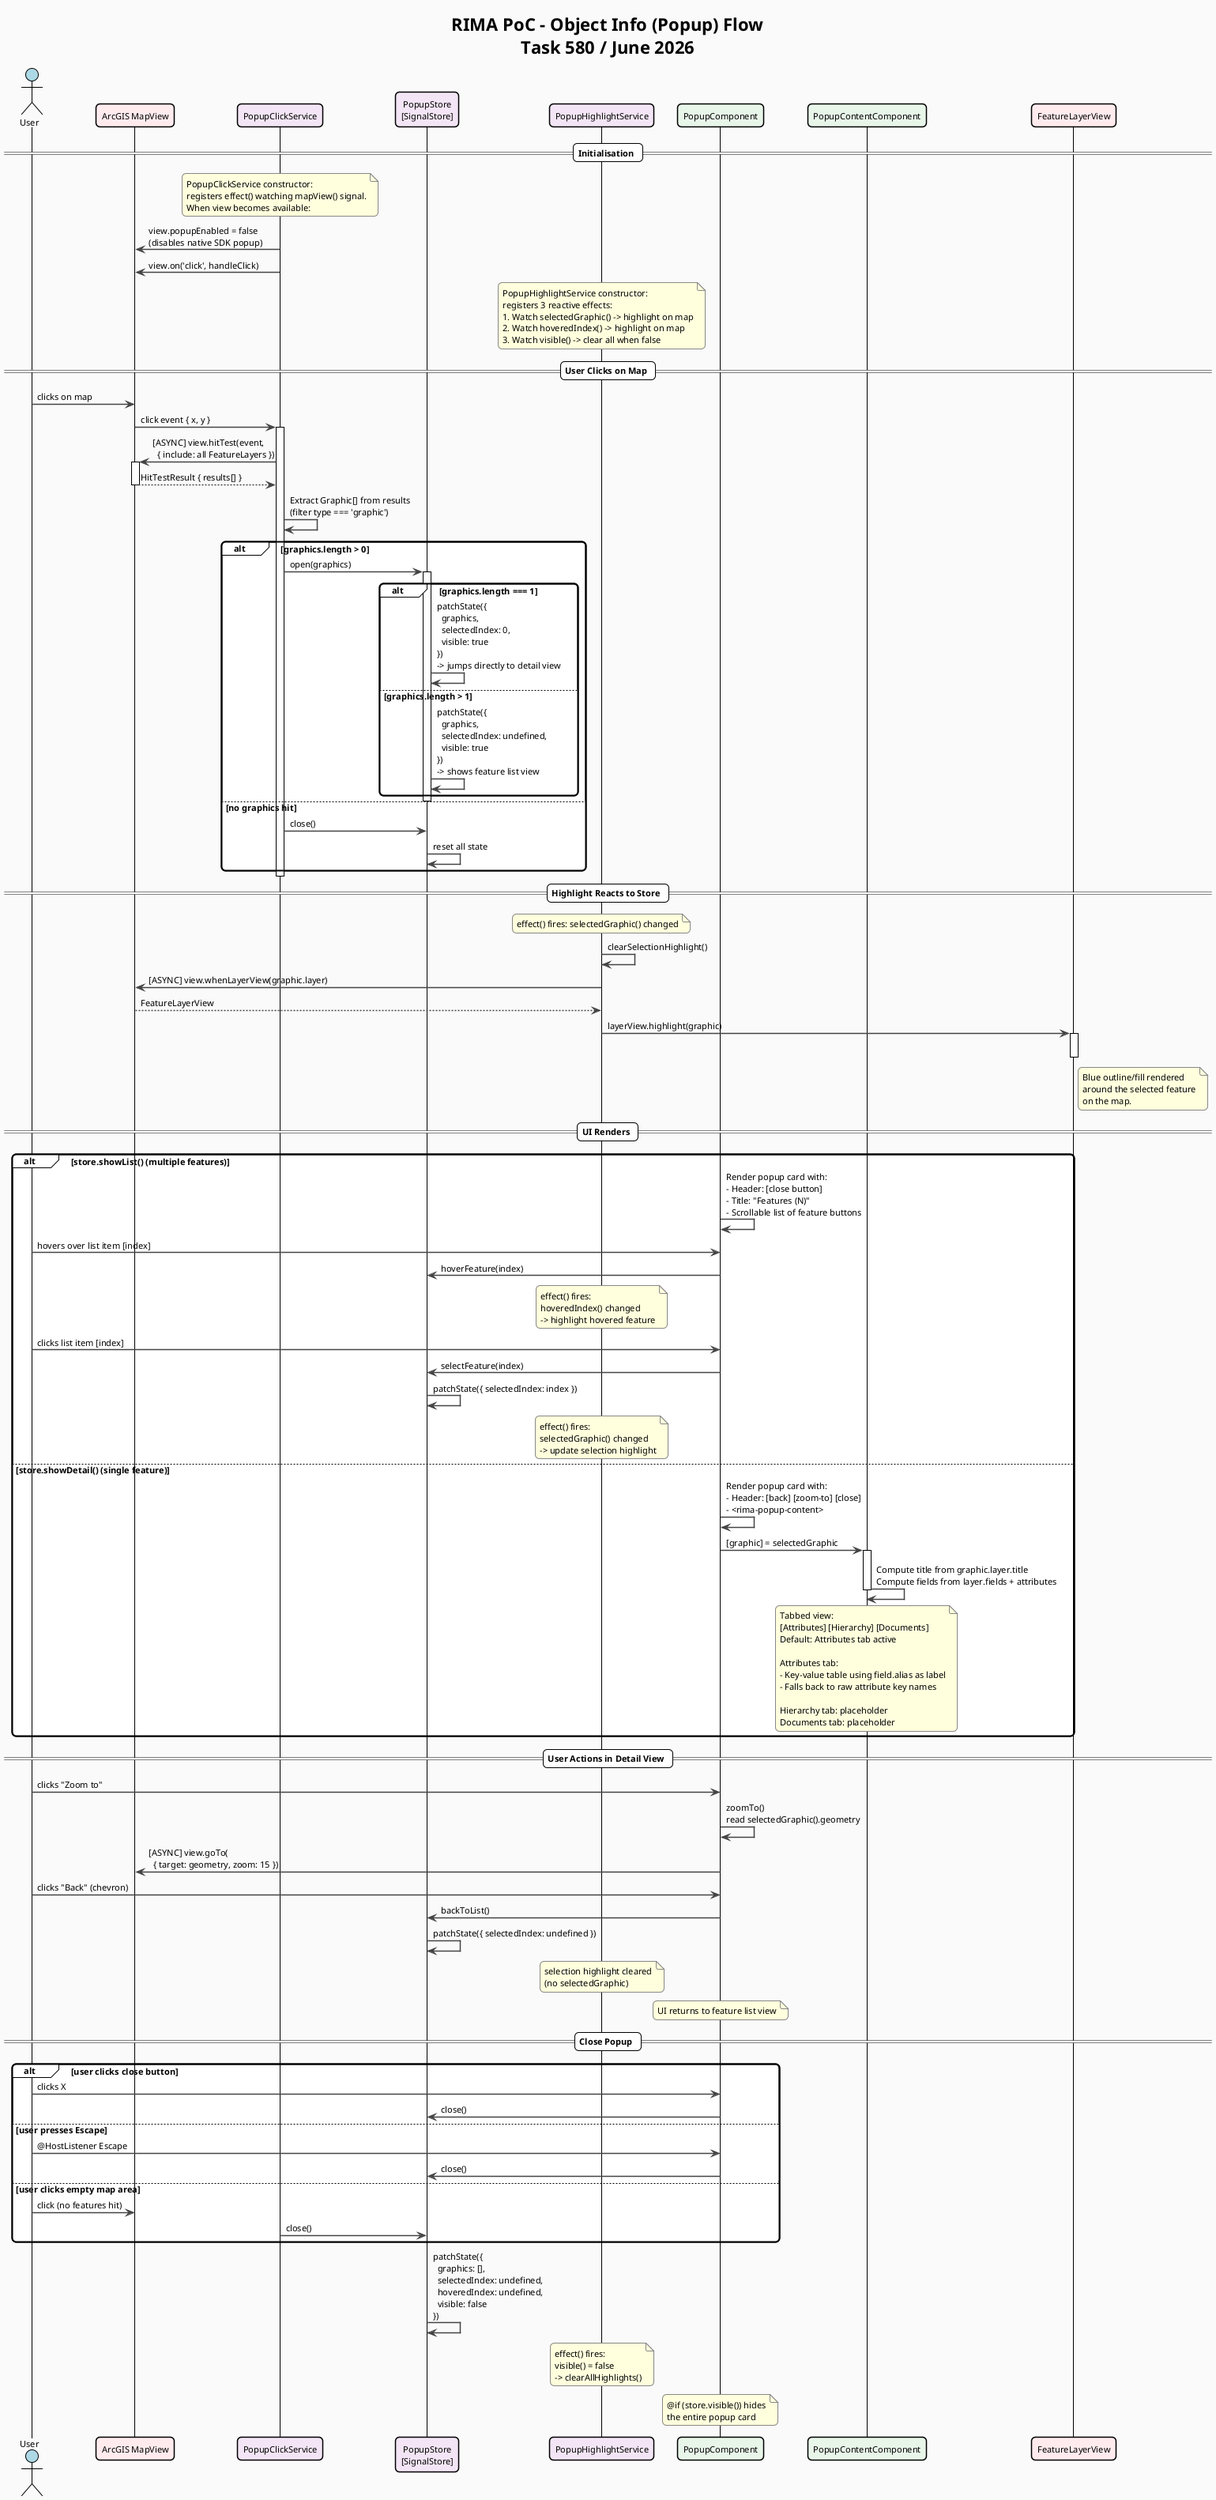
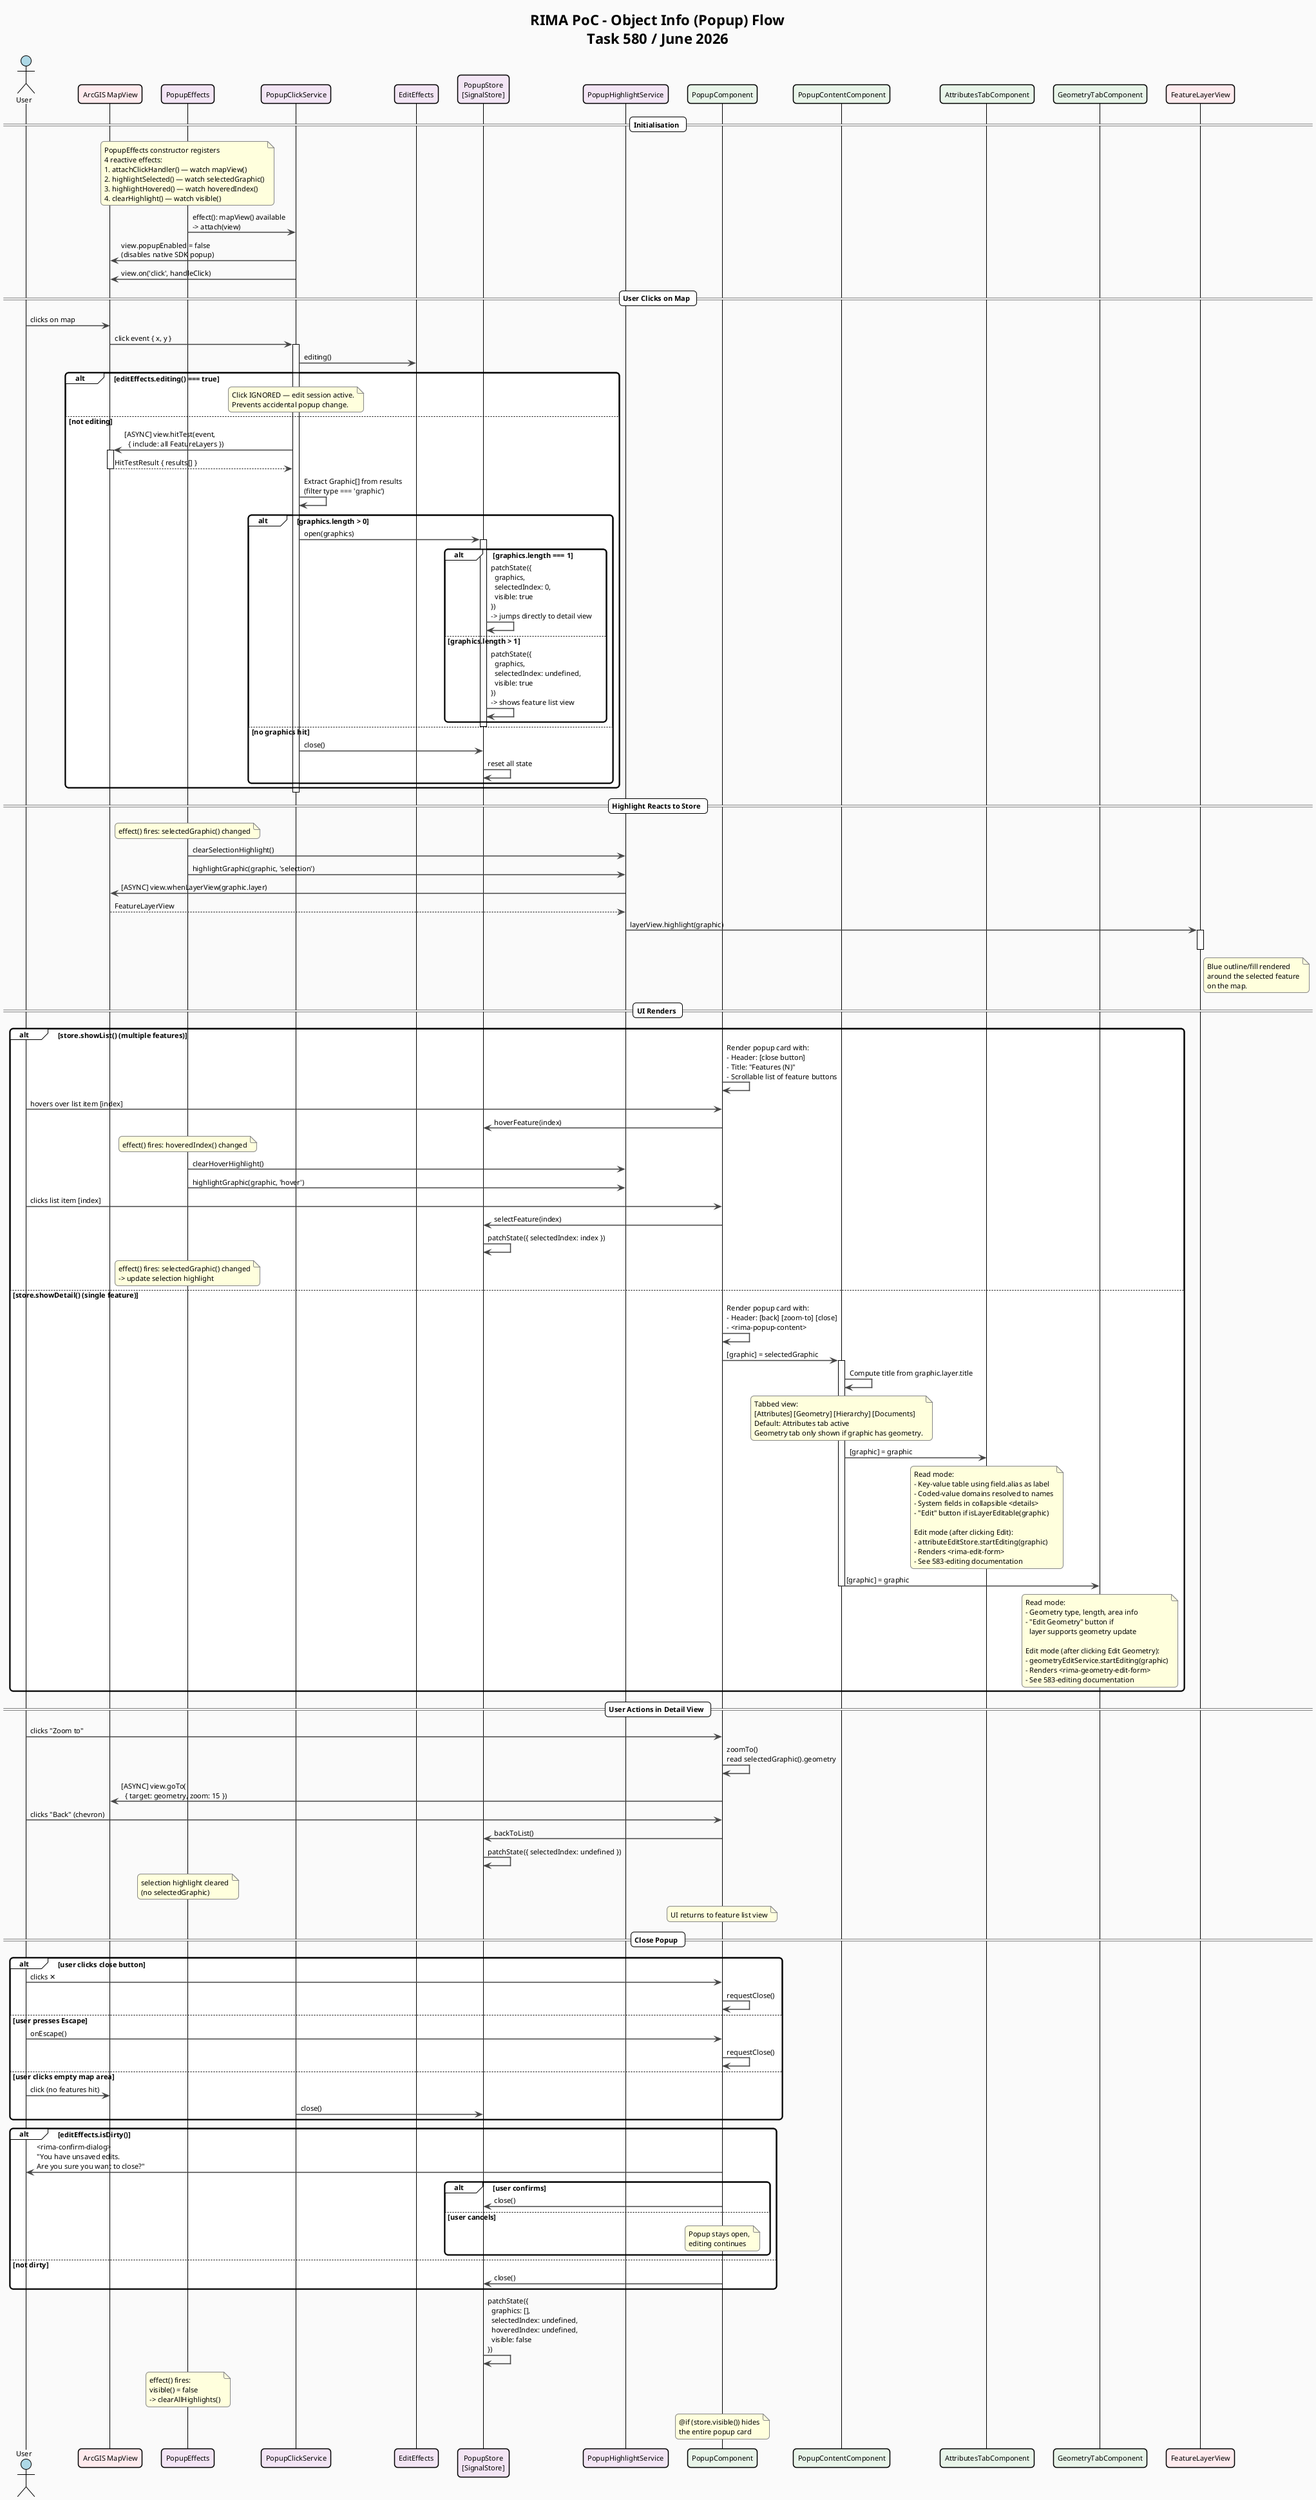
@startuml
!theme plain
skinparam backgroundColor #FAFAFA
skinparam sequenceArrowThickness 1.5
skinparam roundcorner 10
skinparam boxPadding 8
skinparam sequenceGroupBorderThickness 2
skinparam noteBorderColor #888888
skinparam noteBackgroundColor #FFFFDD
skinparam ParticipantBorderThickness 1.5
skinparam ArrowColor #444444
skinparam defaultFontSize 11
skinparam SequenceMessageAlignment left

title RIMA PoC - Object Info (Popup) Flow\nTask 580 / June 2026

actor "User" as user #LightBlue
participant "ArcGIS MapView" as mapView #FFEBEE
+ participant "PopupEffects" as popupEffects #F3E5F5
participant "PopupClickService" as clickSvc #F3E5F5
+ participant "EditEffects" as editEffects #F3E5F5
participant "PopupStore\n[SignalStore]" as store #F3E5F5
participant "PopupHighlightService" as highlightSvc #F3E5F5
participant "PopupComponent" as popupComp #E8F5E9
participant "PopupContentComponent" as contentComp #E8F5E9
+ participant "AttributesTabComponent" as attrTab #E8F5E9
+ participant "GeometryTabComponent" as geoTab #E8F5E9
participant "FeatureLayerView" as layerView #FFEBEE

== Initialisation ==

- note over clickSvc
-   PopupClickService constructor:
-   registers effect() watching mapView() signal.
-   When view becomes available:
+ note over popupEffects
+   PopupEffects constructor registers
+   4 reactive effects:
+   1. attachClickHandler() — watch mapView()
+   2. highlightSelected() — watch selectedGraphic()
+   3. highlightHovered() — watch hoveredIndex()
+   4. clearHighlight() — watch visible()
end note

+ popupEffects -> clickSvc : effect(): mapView() available\n-> attach(view)
clickSvc -> mapView : view.popupEnabled = false\n(disables native SDK popup)
clickSvc -> mapView : view.on('click', handleClick)
- 
- note over highlightSvc
-   PopupHighlightService constructor:
-   registers 3 reactive effects:
-   1. Watch selectedGraphic() -> highlight on map
-   2. Watch hoveredIndex() -> highlight on map
-   3. Watch visible() -> clear all when false
- end note

== User Clicks on Map ==

user -> mapView : clicks on map
mapView -> clickSvc : click event { x, y }
activate clickSvc

- clickSvc -> mapView : [ASYNC] view.hitTest(event,\n  { include: all FeatureLayers })
- activate mapView
- mapView --> clickSvc : HitTestResult { results[] }
- deactivate mapView
- 
- clickSvc -> clickSvc : Extract Graphic[] from results\n(filter type === 'graphic')
- 
- alt graphics.length > 0
-   clickSvc -> store : open(graphics)
-   activate store
- 
-   alt graphics.length === 1
-     store -> store : patchState({\n  graphics,\n  selectedIndex: 0,\n  visible: true\n})\n-> jumps directly to detail view
-   else graphics.length > 1
-     store -> store : patchState({\n  graphics,\n  selectedIndex: undefined,\n  visible: true\n})\n-> shows feature list view
+ clickSvc -> editEffects : editing()
+ alt editEffects.editing() === true
+   note over clickSvc
+     Click IGNORED — edit session active.
+     Prevents accidental popup change.
+   end note
+ else not editing
+   clickSvc -> mapView : [ASYNC] view.hitTest(event,\n  { include: all FeatureLayers })
+   activate mapView
+   mapView --> clickSvc : HitTestResult { results[] }
+   deactivate mapView
+ 
+   clickSvc -> clickSvc : Extract Graphic[] from results\n(filter type === 'graphic')
+ 
+   alt graphics.length > 0
+     clickSvc -> store : open(graphics)
+     activate store
+ 
+     alt graphics.length === 1
+       store -> store : patchState({\n  graphics,\n  selectedIndex: 0,\n  visible: true\n})\n-> jumps directly to detail view
+     else graphics.length > 1
+       store -> store : patchState({\n  graphics,\n  selectedIndex: undefined,\n  visible: true\n})\n-> shows feature list view
+     end
+ 
+     deactivate store
+   else no graphics hit
+     clickSvc -> store : close()
+     store -> store : reset all state
  end
- 
-   deactivate store
- else no graphics hit
-   clickSvc -> store : close()
-   store -> store : reset all state
end

deactivate clickSvc

== Highlight Reacts to Store ==

- note over highlightSvc
+ note over popupEffects
  effect() fires: selectedGraphic() changed
end note

- highlightSvc -> highlightSvc : clearSelectionHighlight()
+ popupEffects -> highlightSvc : clearSelectionHighlight()
+ popupEffects -> highlightSvc : highlightGraphic(graphic, 'selection')
highlightSvc -> mapView : [ASYNC] view.whenLayerView(graphic.layer)
mapView --> highlightSvc : FeatureLayerView
highlightSvc -> layerView : layerView.highlight(graphic)
activate layerView
note right of layerView
  Blue outline/fill rendered
  around the selected feature
  on the map.
end note
deactivate layerView

== UI Renders ==

alt store.showList() (multiple features)

  popupComp -> popupComp : Render popup card with:\n- Header: [close button]\n- Title: "Features (N)"\n- Scrollable list of feature buttons

  user -> popupComp : hovers over list item [index]
  popupComp -> store : hoverFeature(index)
-   note over highlightSvc : effect() fires:\nhoveredIndex() changed\n-> highlight hovered feature
+ 
+   note over popupEffects
+     effect() fires: hoveredIndex() changed
+   end note
+   popupEffects -> highlightSvc : clearHoverHighlight()
+   popupEffects -> highlightSvc : highlightGraphic(graphic, 'hover')

  user -> popupComp : clicks list item [index]
  popupComp -> store : selectFeature(index)
  store -> store : patchState({ selectedIndex: index })
-   note over highlightSvc : effect() fires:\nselectedGraphic() changed\n-> update selection highlight
+ 
+   note over popupEffects
+     effect() fires: selectedGraphic() changed
+     -> update selection highlight
+   end note

else store.showDetail() (single feature)

  popupComp -> popupComp : Render popup card with:\n- Header: [back] [zoom-to] [close]\n- <rima-popup-content>
  popupComp -> contentComp : [graphic] = selectedGraphic
  activate contentComp

-   contentComp -> contentComp : Compute title from graphic.layer.title\nCompute fields from layer.fields + attributes
+   contentComp -> contentComp : Compute title from graphic.layer.title

  note over contentComp
    Tabbed view:
-     [Attributes] [Hierarchy] [Documents]
+     [Attributes] [Geometry] [Hierarchy] [Documents]
    Default: Attributes tab active
- 
-     Attributes tab:
+     Geometry tab only shown if graphic has geometry.
+   end note
+ 
+   contentComp -> attrTab : [graphic] = graphic
+   note over attrTab
+     Read mode:
    - Key-value table using field.alias as label
-     - Falls back to raw attribute key names
- 
-     Hierarchy tab: placeholder
-     Documents tab: placeholder
+     - Coded-value domains resolved to names
+     - System fields in collapsible <details>
+     - "Edit" button if isLayerEditable(graphic)
+ 
+     Edit mode (after clicking Edit):
+     - attributeEditStore.startEditing(graphic)
+     - Renders <rima-edit-form>
+     - See 583-editing documentation
+   end note
+ 
+   contentComp -> geoTab : [graphic] = graphic
+   note over geoTab
+     Read mode:
+     - Geometry type, length, area info
+     - "Edit Geometry" button if
+       layer supports geometry update
+ 
+     Edit mode (after clicking Edit Geometry):
+     - geometryEditService.startEditing(graphic)
+     - Renders <rima-geometry-edit-form>
+     - See 583-editing documentation
  end note

  deactivate contentComp
end

== User Actions in Detail View ==

user -> popupComp : clicks "Zoom to"
popupComp -> popupComp : zoomTo()\nread selectedGraphic().geometry
popupComp -> mapView : [ASYNC] view.goTo(\n  { target: geometry, zoom: 15 })

user -> popupComp : clicks "Back" (chevron)
popupComp -> store : backToList()
store -> store : patchState({ selectedIndex: undefined })
- note over highlightSvc : selection highlight cleared\n(no selectedGraphic)
+ note over popupEffects : selection highlight cleared\n(no selectedGraphic)
note over popupComp : UI returns to feature list view

== Close Popup ==

alt user clicks close button
-   user -> popupComp : clicks X
-   popupComp -> store : close()
+   user -> popupComp : clicks ✕
+   popupComp -> popupComp : requestClose()
else user presses Escape
-   user -> popupComp : @HostListener Escape
-   popupComp -> store : close()
+   user -> popupComp : onEscape()
+   popupComp -> popupComp : requestClose()
else user clicks empty map area
  user -> mapView : click (no features hit)
  clickSvc -> store : close()
end

+ alt editEffects.isDirty()
+   popupComp -> user : <rima-confirm-dialog>\n"You have unsaved edits.\nAre you sure you want to close?"
+   alt user confirms
+     popupComp -> store : close()
+   else user cancels
+     note over popupComp : Popup stays open,\nediting continues
+   end
+ else not dirty
+   popupComp -> store : close()
+ end
+ 
store -> store : patchState({\n  graphics: [],\n  selectedIndex: undefined,\n  hoveredIndex: undefined,\n  visible: false\n})

- note over highlightSvc : effect() fires:\nvisible() = false\n-> clearAllHighlights()
+ note over popupEffects : effect() fires:\nvisible() = false\n-> clearAllHighlights()

note over popupComp : @if (store.visible()) hides\nthe entire popup card

@enduml
